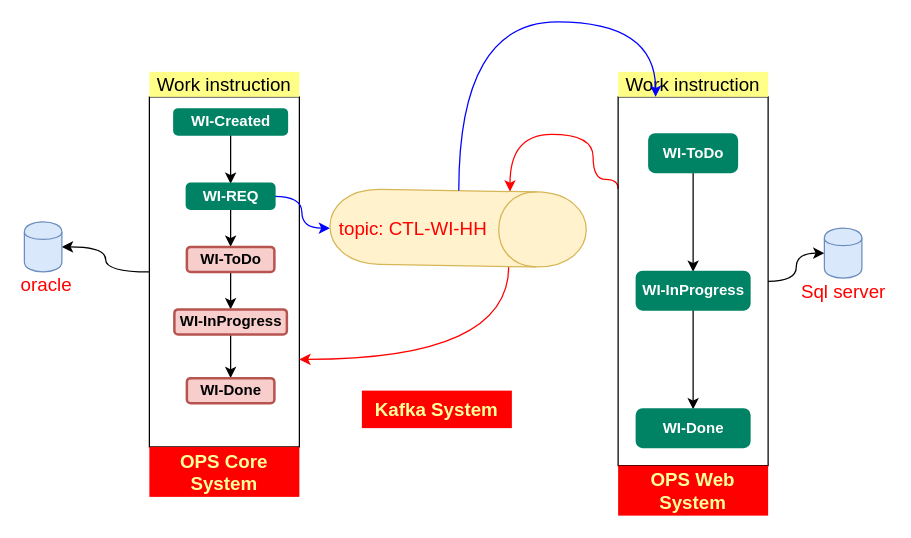
The draw.io diagram page "Sơ đồ trạng thái WI" (2 of 4) of documents/sprint-2/MockupHandHeld.drawio in csu-anzai/SNP-CMS, before the edit. Source tidied: cells renumbered, new cells numbered last; positions are measured from the earlier drawing's top-left corner, leaving out a move shared by most shapes. Both pictures are drawn from the tidied source at 125%, with x=0, y=0 at pixel (24, 21).
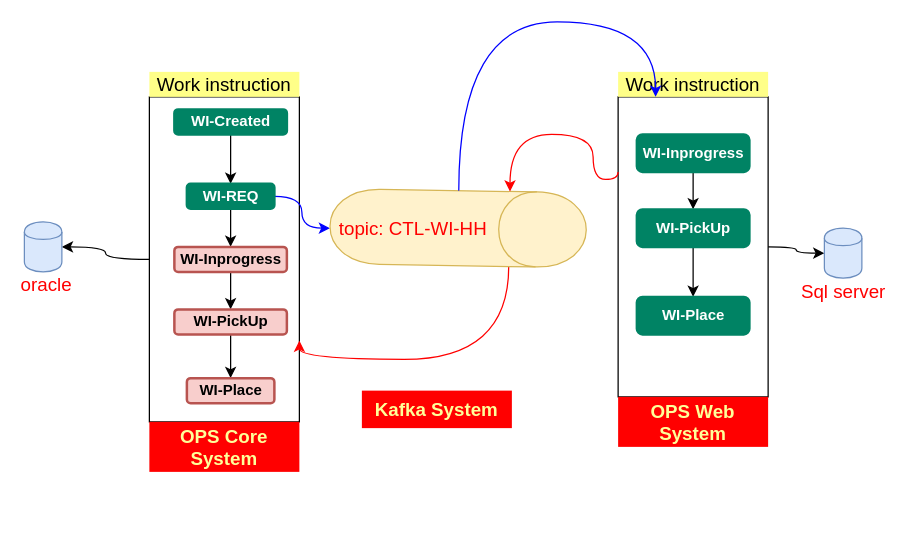
After the change.

The edit, as a diff of the source:
```diff
@@
+    <mxCell id="26" style="rounded=0;whiteSpace=wrap;html=1;labelBackgroundColor=none;strokeColor=#000000;strokeWidth=1;fillColor=none;fontSize=15;fontColor=#FF0000;align=center;" parent="1" vertex="1">
+      <mxGeometry x="475" y="60" width="120" height="240" as="geometry" />
+    </mxCell>
     <mxCell id="2" style="rounded=0;whiteSpace=wrap;html=1;labelBackgroundColor=none;strokeColor=#000000;strokeWidth=1;fillColor=none;fontSize=15;fontColor=#FF0000;align=center;" parent="1" vertex="1">
-      <mxGeometry x="100" y="60" width="120" height="280" as="geometry" />
+      <mxGeometry x="100" y="60" width="120" height="260" as="geometry" />
     </mxCell>
@@
-    <mxCell id="9" value="WI-ToDo" style="dashed=0;html=1;rounded=1;fillColor=#f8cecc;strokeColor=#b85450;fontSize=12;align=center;fontStyle=1;strokeWidth=2;labelBackgroundColor=none;" parent="1" vertex="1">
-      <mxGeometry x="130" y="180" width="70" height="20" as="geometry" />
+    <mxCell id="9" value="WI-Inprogress" style="dashed=0;html=1;rounded=1;fillColor=#f8cecc;strokeColor=#b85450;fontSize=12;align=center;fontStyle=1;strokeWidth=2;labelBackgroundColor=none;" parent="1" vertex="1">
+      <mxGeometry x="120" y="180" width="90" height="20" as="geometry" />
     </mxCell>
@@
-    <mxCell id="11" value="WI-InProgress" style="dashed=0;html=1;rounded=1;fillColor=#f8cecc;strokeColor=#b85450;fontSize=12;align=center;fontStyle=1;strokeWidth=2;labelBackgroundColor=none;" parent="1" vertex="1">
+    <mxCell id="11" value="WI-PickUp" style="dashed=0;html=1;rounded=1;fillColor=#f8cecc;strokeColor=#b85450;fontSize=12;align=center;fontStyle=1;strokeWidth=2;labelBackgroundColor=none;" parent="1" vertex="1">
       <mxGeometry x="120" y="230" width="90" height="20" as="geometry" />
     </mxCell>
-    <mxCell id="12" value="WI-Done" style="dashed=0;html=1;rounded=1;fillColor=#f8cecc;strokeColor=#b85450;fontSize=12;align=center;fontStyle=1;strokeWidth=2;labelBackgroundColor=none;" parent="1" vertex="1">
+    <mxCell id="12" value="WI-Place" style="dashed=0;html=1;rounded=1;fillColor=#f8cecc;strokeColor=#b85450;fontSize=12;align=center;fontStyle=1;strokeWidth=2;labelBackgroundColor=none;" parent="1" vertex="1">
       <mxGeometry x="130" y="285" width="70" height="20" as="geometry" />
     </mxCell>
@@
-    <mxCell id="14" value="WI-ToDo" style="dashed=0;html=1;rounded=1;fillColor=#008364;strokeColor=#008364;fontSize=12;align=center;fontStyle=1;strokeWidth=2;fontColor=#ffffff;labelBackgroundColor=none;" parent="1" vertex="1">
-      <mxGeometry x="500" y="90" width="70" height="30" as="geometry" />
+    <mxCell id="14" value="WI-Inprogress" style="dashed=0;html=1;rounded=1;fillColor=#008364;strokeColor=#008364;fontSize=12;align=center;fontStyle=1;strokeWidth=2;fontColor=#ffffff;labelBackgroundColor=none;" parent="1" vertex="1">
+      <mxGeometry x="490" y="90" width="90" height="30" as="geometry" />
     </mxCell>
@@
-    <mxCell id="16" value="WI-InProgress" style="dashed=0;html=1;rounded=1;fillColor=#008364;strokeColor=#008364;fontSize=12;align=center;fontStyle=1;strokeWidth=2;fontColor=#ffffff;labelBackgroundColor=none;" parent="1" vertex="1">
-      <mxGeometry x="490" y="200" width="90" height="30" as="geometry" />
+    <mxCell id="16" value="WI-PickUp" style="dashed=0;html=1;rounded=1;fillColor=#008364;strokeColor=#008364;fontSize=12;align=center;fontStyle=1;strokeWidth=2;fontColor=#ffffff;labelBackgroundColor=none;" parent="1" vertex="1">
+      <mxGeometry x="490" y="150" width="90" height="30" as="geometry" />
     </mxCell>
-    <mxCell id="17" value="WI-Done" style="dashed=0;html=1;rounded=1;fillColor=#008364;strokeColor=#008364;fontSize=12;align=center;fontStyle=1;strokeWidth=2;fontColor=#ffffff;labelBackgroundColor=none;" parent="1" vertex="1">
-      <mxGeometry x="490" y="310" width="90" height="30" as="geometry" />
+    <mxCell id="17" value="WI-Place" style="dashed=0;html=1;rounded=1;fillColor=#008364;strokeColor=#008364;fontSize=12;align=center;fontStyle=1;strokeWidth=2;fontColor=#ffffff;labelBackgroundColor=none;" parent="1" vertex="1">
+      <mxGeometry x="490" y="220" width="90" height="30" as="geometry" />
     </mxCell>
@@
     <mxCell id="20" value="OPS Core System" style="text;html=1;strokeColor=none;fillColor=#FF0000;align=center;verticalAlign=middle;whiteSpace=wrap;rounded=0;labelBackgroundColor=none;fontSize=15;fontColor=#FFFF99;fontStyle=1;" parent="1" vertex="1">
-      <mxGeometry x="100" y="340" width="120" height="40" as="geometry" />
+      <mxGeometry x="100" y="320" width="120" height="40" as="geometry" />
     </mxCell>
@@
-    <mxCell id="26" style="rounded=0;whiteSpace=wrap;html=1;labelBackgroundColor=none;strokeColor=#000000;strokeWidth=1;fillColor=none;fontSize=15;fontColor=#FF0000;align=center;" parent="1" vertex="1">
-      <mxGeometry x="475" y="60" width="120" height="295" as="geometry" />
-    </mxCell>
     <mxCell id="27" value="OPS Web System" style="text;html=1;strokeColor=none;fillColor=#FF0000;align=center;verticalAlign=middle;whiteSpace=wrap;rounded=0;labelBackgroundColor=none;fontSize=15;fontColor=#FFFF99;fontStyle=1;" parent="1" vertex="1">
-      <mxGeometry x="475" y="355" width="120" height="40" as="geometry" />
+      <mxGeometry x="475" y="300" width="120" height="40" as="geometry" />
     </mxCell>
```
